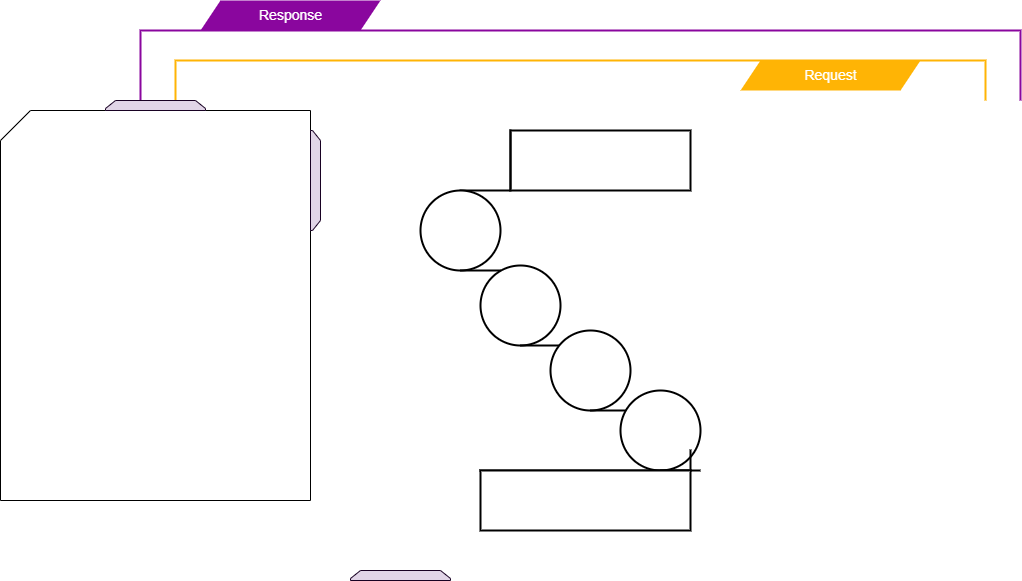
Before: 0x09-web_infrastructure_design/1-distributed_web_infrastructure.drawio.png, a diagram exported from draw.io (Omowunmikamil/alx-system_engineering-devops). Source tidied: cells renumbered, new cells last; positions are measured from the earlier drawing's top-left corner, leaving out a move shared by most shapes.
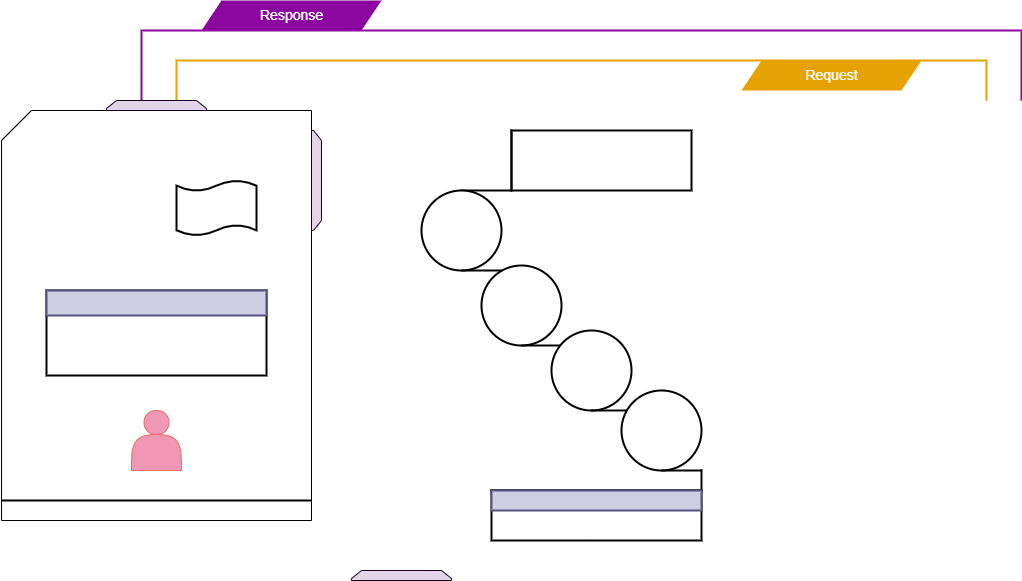
The same file after the commit.

Diff of the diagram source:
```diff
@@ -8,10 +8,10 @@
     <mxCell id="3" style="shape=parallelogram;perimeter=parallelogramPerimeter;whiteSpace=wrap;html=1;fixedSize=1;fillColor=#8A069E;strokeColor=none;" parent="1" vertex="1">
       <mxGeometry x="200" width="180" height="30" as="geometry" />
     </mxCell>
-    <mxCell id="4" style="strokeWidth=2;html=1;shape=mxgraph.flowchart.annotation_1;align=left;direction=south;strokeColor=#FFB405;" parent="1" vertex="1">
+    <mxCell id="4" style="strokeWidth=2;html=1;shape=mxgraph.flowchart.annotation_1;align=left;direction=south;strokeColor=#E6A205;" parent="1" vertex="1">
       <mxGeometry x="175" y="60" width="810" height="40" as="geometry" />
     </mxCell>
-    <mxCell id="5" style="shape=parallelogram;perimeter=parallelogramPerimeter;whiteSpace=wrap;html=1;fixedSize=1;fillColor=#FFB405;strokeColor=none;" parent="1" vertex="1">
+    <mxCell id="5" style="shape=parallelogram;perimeter=parallelogramPerimeter;whiteSpace=wrap;html=1;fixedSize=1;fillColor=#E6A205;strokeColor=none;" parent="1" vertex="1">
       <mxGeometry x="740" y="60" width="180" height="30" as="geometry" />
     </mxCell>
     <mxCell id="6" value="&lt;font style=&quot;font-size: 14px;&quot; color=&quot;#ffffff&quot;&gt;Response&lt;/font&gt;" style="text;html=1;align=center;verticalAlign=middle;strokeColor=none;fillColor=none;" parent="1" vertex="1">
@@ -39,13 +39,13 @@
       <mxGeometry x="620" y="390" width="80" height="80" as="geometry" />
     </mxCell>
     <mxCell id="14" style="shape=partialRectangle;whiteSpace=wrap;html=1;top=0;left=0;fillColor=none;strokeWidth=2;" parent="1" vertex="1">
-      <mxGeometry x="480" y="450" width="210" height="20" as="geometry" />
+      <mxGeometry x="490" y="470" width="210" height="20" as="geometry" />
     </mxCell>
     <mxCell id="15" style="rounded=0;whiteSpace=wrap;html=1;strokeWidth=2;" parent="1" vertex="1">
-      <mxGeometry x="480" y="470" width="210" height="60" as="geometry" />
+      <mxGeometry x="490" y="490" width="210" height="50" as="geometry" />
     </mxCell>
     <mxCell id="16" style="shape=card;whiteSpace=wrap;html=1;" parent="1" vertex="1">
-      <mxGeometry y="110" width="310" height="390" as="geometry" />
+      <mxGeometry y="110" width="310" height="410" as="geometry" />
     </mxCell>
     <mxCell id="17" style="shape=loopLimit;whiteSpace=wrap;html=1;fillColor=#e1d5e7;strokeColor=#180123;" parent="1" vertex="1">
       <mxGeometry x="350" y="570" width="100" height="10" as="geometry" />
@@ -56,5 +56,23 @@
     <mxCell id="19" style="shape=loopLimit;whiteSpace=wrap;html=1;fillColor=#e1d5e7;strokeColor=#180123;direction=south;" parent="1" vertex="1">
       <mxGeometry x="310" y="130" width="10" height="100" as="geometry" />
     </mxCell>
+    <mxCell id="20" style="rounded=0;whiteSpace=wrap;html=1;strokeWidth=2;fillColor=#d0cee2;strokeColor=#56517e;" parent="1" vertex="1">
+      <mxGeometry x="490" y="490" width="210" height="20" as="geometry" />
+    </mxCell>
+    <mxCell id="21" style="rounded=0;whiteSpace=wrap;html=1;strokeWidth=2;" parent="1" vertex="1">
+      <mxGeometry x="45" y="290" width="220" height="85" as="geometry" />
+    </mxCell>
+    <mxCell id="22" style="rounded=0;whiteSpace=wrap;html=1;strokeWidth=2;fillColor=#d0cee2;strokeColor=#56517e;" parent="1" vertex="1">
+      <mxGeometry x="45" y="290" width="220" height="25" as="geometry" />
+    </mxCell>
+    <mxCell id="23" style="shape=actor;whiteSpace=wrap;html=1;fillColor=#F097B5;strokeColor=#EA6B66;" parent="1" vertex="1">
+      <mxGeometry x="130" y="410" width="50" height="60" as="geometry" />
+    </mxCell>
+    <mxCell id="24" style="line;strokeWidth=2;html=1;" parent="1" vertex="1">
+      <mxGeometry y="495" width="310" height="10" as="geometry" />
+    </mxCell>
+    <mxCell id="25" style="shape=tape;whiteSpace=wrap;html=1;strokeWidth=2;size=0.19;" parent="1" vertex="1">
+      <mxGeometry x="175" y="180" width="80" height="55" as="geometry" />
+    </mxCell>
   </root>
 </mxGraphModel>
```
